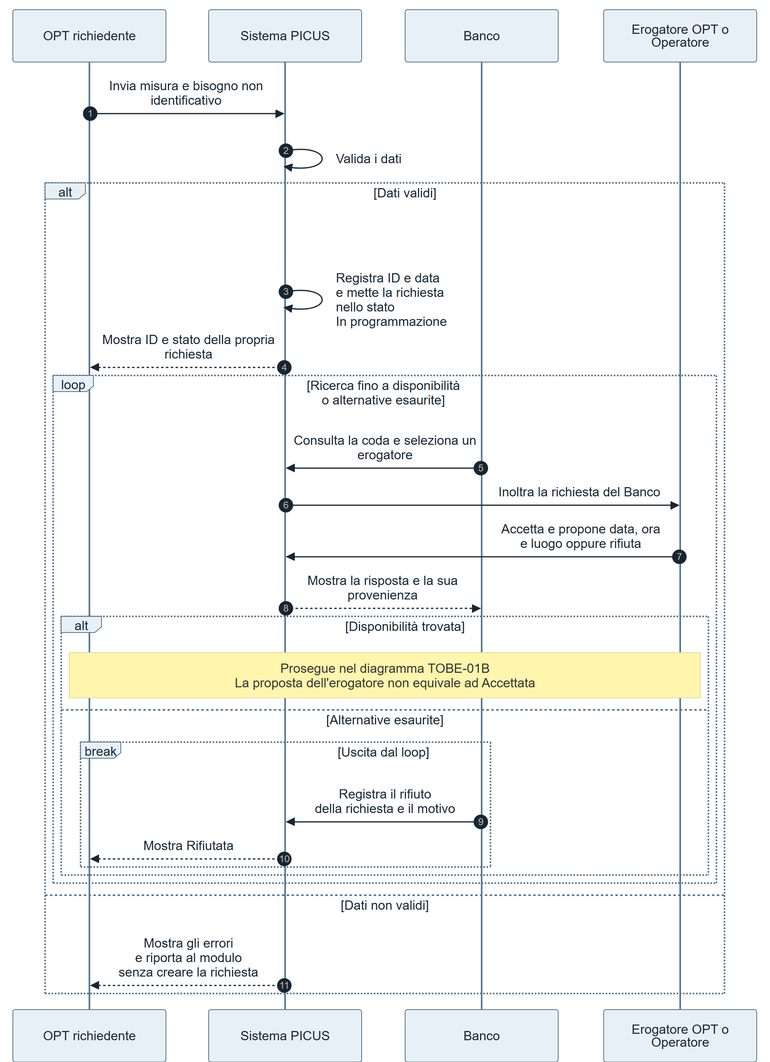
Before: docs/requirements/diagrams/to-be/TOBE-01A-richieste-disponibilita.png, a diagram exported from Mermaid (Pinguini-alla-Fragola/Progetto-SAD). Its source is kept beside it as docs/requirements/diagrams/to-be/TOBE-01A-richieste-disponibilita.mmd.
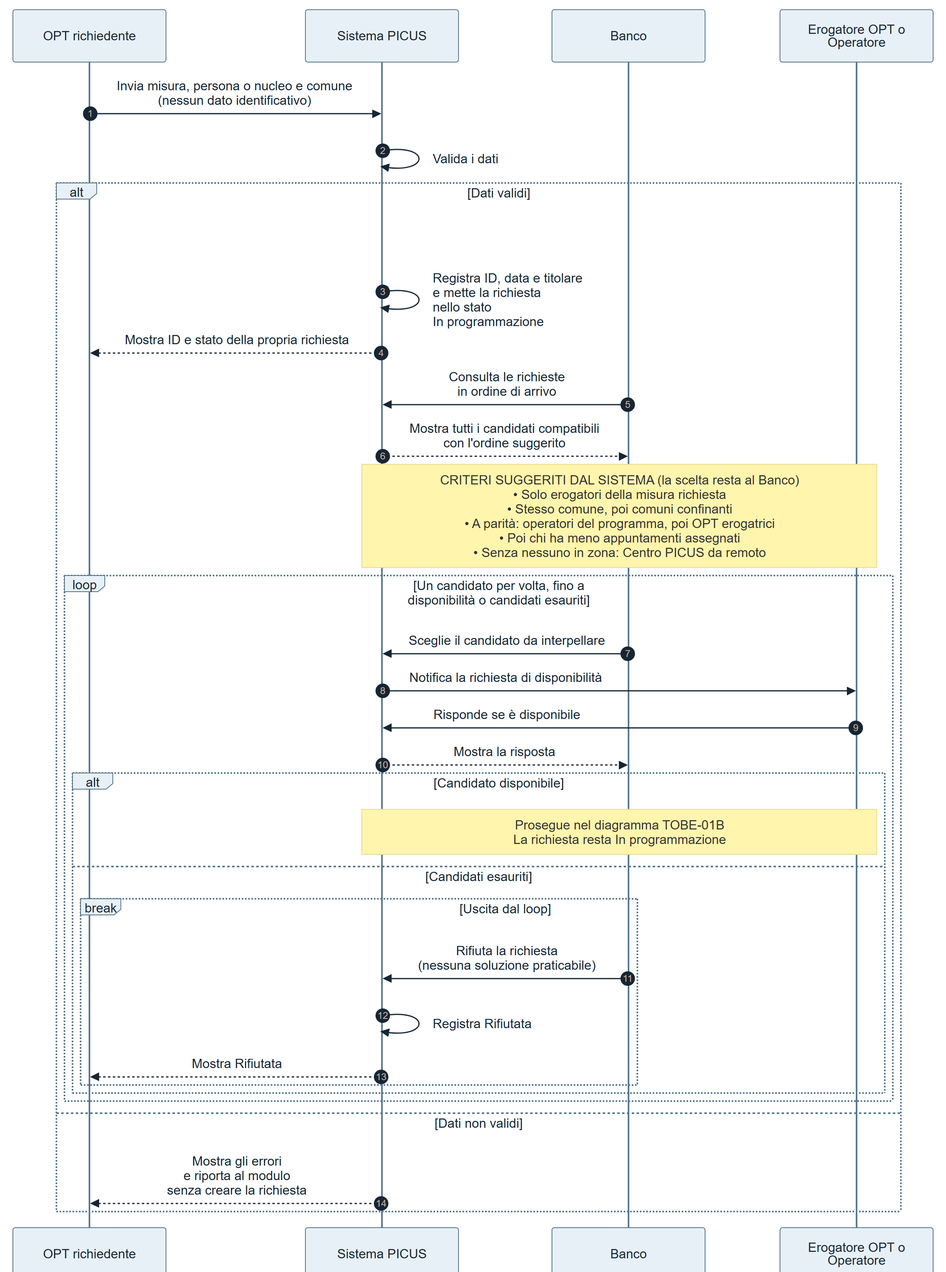
Above is the later version.

The edit, as a diff of the source:
```diff
@@ -5,21 +5,25 @@
     participant B as Banco
     participant E as Erogatore OPT o Operatore
 
-    R->>S: Invia misura e bisogno non identificativo
+    R->>S: Invia misura, persona o nucleo e comune<br/>(nessun dato identificativo)
     S->>S: Valida i dati
     alt Dati validi
-        S->>S: Registra ID e data<br/>e mette la richiesta<br/>nello stato<br/>In programmazione
+        S->>S: Registra ID, data e titolare<br/>e mette la richiesta<br/>nello stato<br/>In programmazione
         S-->>R: Mostra ID e stato della propria richiesta
-        loop Ricerca fino a disponibilità<br/>o alternative esaurite
-            B->>S: Consulta la coda e seleziona un erogatore
-            S->>E: Inoltra la richiesta del Banco
-            E->>S: Accetta e propone data, ora<br/>e luogo oppure rifiuta
-            S-->>B: Mostra la risposta e la sua provenienza
-            alt Disponibilità trovata
-                Note over R,E: Prosegue nel diagramma TOBE-01B<br/>La proposta dell'erogatore non equivale ad Accettata
-            else Alternative esaurite
+        B->>S: Consulta le richieste<br/>in ordine di arrivo
+        S-->>B: Mostra tutti i candidati compatibili<br/>con l'ordine suggerito
+        Note over S,E: CRITERI SUGGERITI DAL SISTEMA (la scelta resta al Banco)<br/>• Solo erogatori della misura richiesta<br/>• Stesso comune, poi comuni confinanti<br/>• A parità: operatori del programma, poi OPT erogatrici<br/>• Poi chi ha meno appuntamenti assegnati<br/>• Senza nessuno in zona: Centro PICUS da remoto
+        loop Un candidato per volta, fino a<br/>disponibilità o candidati esauriti
+            B->>S: Sceglie il candidato da interpellare
+            S->>E: Notifica la richiesta di disponibilità
+            E->>S: Risponde se è disponibile
+            S-->>B: Mostra la risposta
+            alt Candidato disponibile
+                Note over S,E: Prosegue nel diagramma TOBE-01B<br/>La richiesta resta In programmazione
+            else Candidati esauriti
                 break Uscita dal loop
-                    B->>S: Registra il rifiuto<br/>della richiesta e il motivo
+                    B->>S: Rifiuta la richiesta<br/>(nessuna soluzione praticabile)
+                    S->>S: Registra Rifiutata
                     S-->>R: Mostra Rifiutata
                 end
             end
```
